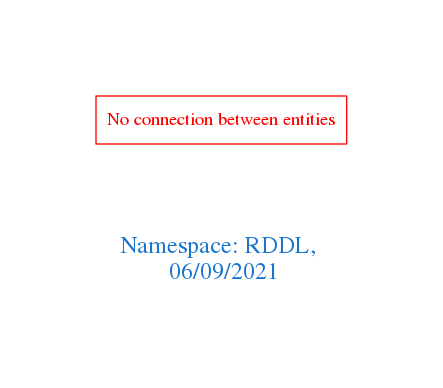
Before: downloads/RDDL.png, a diagram exported from Graphviz (arago/OGIT). Its source is kept beside it as downloads/RDDL.dot.
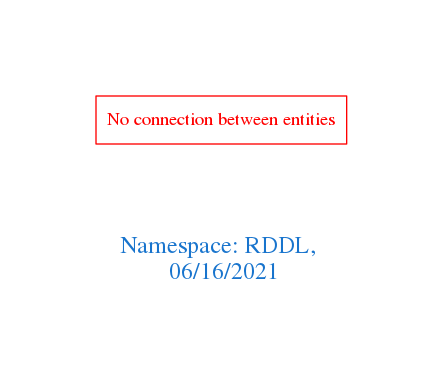
Later version of the same file.

Change to the diagram source:
```diff
@@ -1,7 +1,7 @@
 digraph OGIT_ontology {
  graph [ rankdir= LR,pad=1
 fontsize = 18,
-fontcolor= dodgerblue3,label = "\n\n\nNamespace: RDDL, \n 06/09/2021"];
+fontcolor= dodgerblue3,label = "\n\n\nNamespace: RDDL, \n 06/16/2021"];
 node[shape=polygon];
 edge [  color="gray81"];
 
```
